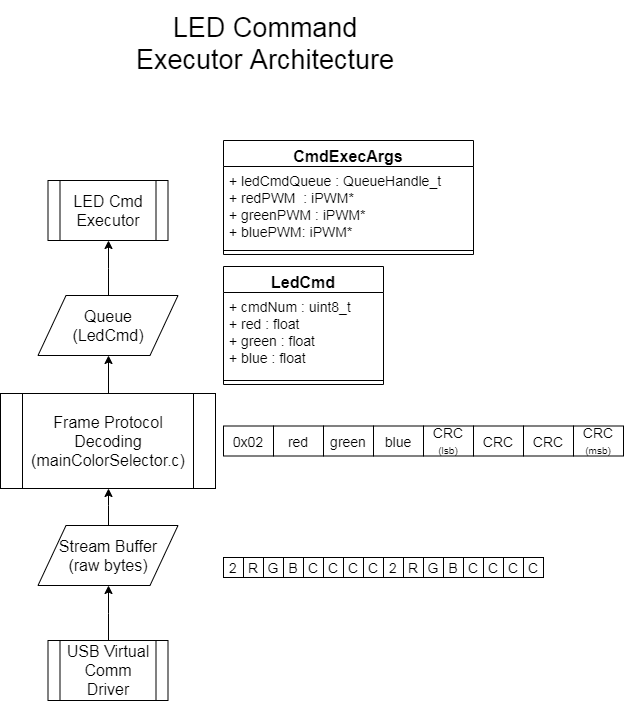
This is LedCmdArch.png from brian-amos-embedded/rtosDiagrams, a draw.io export, as it was before one commit. Source tidied: cells renumbered, new cells last; positions are measured from the earlier drawing's top-left corner, leaving out a move shared by most shapes.
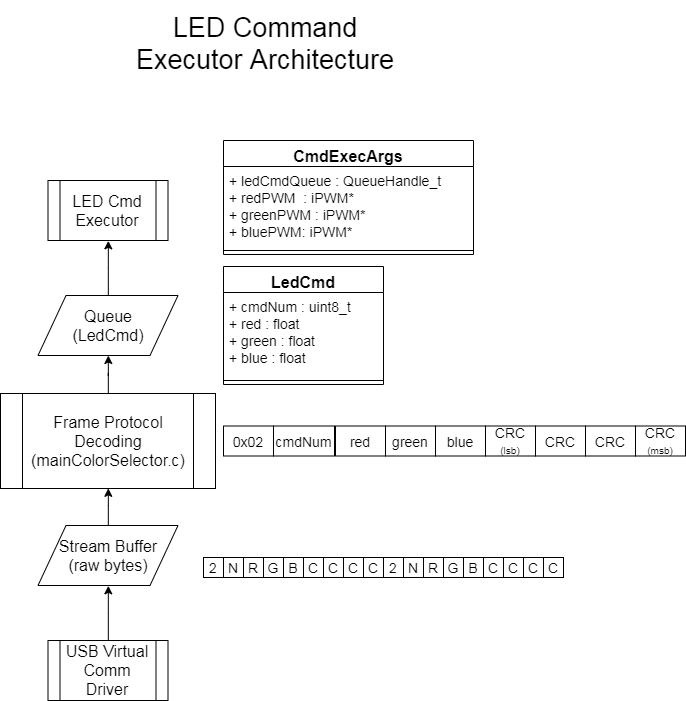
The same file after the commit.

Commit message:
correcting protocol

What changed in the source:
```diff
@@ -50,86 +50,86 @@
     <mxCell id="17" style="line;strokeWidth=1;fillColor=none;align=left;verticalAlign=middle;spacingTop=-1;spacingLeft=3;spacingRight=3;labelPosition=right;" parent="15" vertex="1">
       <mxGeometry y="106" width="250" height="8" as="geometry" />
     </mxCell>
-    <mxCell id="18" style="group;" parent="1" vertex="1">
-      <mxGeometry x="223" y="425.5" width="400" height="30" as="geometry" />
-    </mxCell>
-    <mxCell id="19" value="0x02" style="rounded=0;whiteSpace=wrap;html=1;fontSize=14;" parent="18" vertex="1">
-      <mxGeometry width="50" height="30" as="geometry" />
+    <mxCell id="19" value="0x02" style="rounded=0;whiteSpace=wrap;html=1;fontSize=14;" parent="1" vertex="1">
+      <mxGeometry x="223" y="425.5" width="50" height="30" as="geometry" />
     </mxCell>
-    <mxCell id="20" value="red" style="rounded=0;whiteSpace=wrap;html=1;fontSize=14;" parent="18" vertex="1">
-      <mxGeometry x="50" width="50" height="30" as="geometry" />
+    <mxCell id="20" value="red" style="rounded=0;whiteSpace=wrap;html=1;fontSize=14;" parent="1" vertex="1">
+      <mxGeometry x="335" y="425.5" width="50" height="30" as="geometry" />
     </mxCell>
-    <mxCell id="21" value="green" style="rounded=0;whiteSpace=wrap;html=1;fontSize=14;" parent="18" vertex="1">
-      <mxGeometry x="100" width="50" height="30" as="geometry" />
+    <mxCell id="21" value="green" style="rounded=0;whiteSpace=wrap;html=1;fontSize=14;" parent="1" vertex="1">
+      <mxGeometry x="385" y="425.5" width="50" height="30" as="geometry" />
     </mxCell>
-    <mxCell id="22" value="blue" style="rounded=0;whiteSpace=wrap;html=1;fontSize=14;" parent="18" vertex="1">
-      <mxGeometry x="150" width="50" height="30" as="geometry" />
+    <mxCell id="22" value="blue" style="rounded=0;whiteSpace=wrap;html=1;fontSize=14;" parent="1" vertex="1">
+      <mxGeometry x="435" y="425.5" width="50" height="30" as="geometry" />
     </mxCell>
-    <mxCell id="23" value="CRC&lt;br&gt;&lt;font style=&quot;font-size: 10px&quot;&gt;(lsb)&lt;/font&gt;" style="rounded=0;whiteSpace=wrap;html=1;fontSize=14;" parent="18" vertex="1">
-      <mxGeometry x="200" width="50" height="30" as="geometry" />
+    <mxCell id="23" value="CRC&lt;br&gt;&lt;font style=&quot;font-size: 10px&quot;&gt;(lsb)&lt;/font&gt;" style="rounded=0;whiteSpace=wrap;html=1;fontSize=14;" parent="1" vertex="1">
+      <mxGeometry x="485" y="425.5" width="50" height="30" as="geometry" />
     </mxCell>
-    <mxCell id="24" value="CRC&lt;br&gt;" style="rounded=0;whiteSpace=wrap;html=1;fontSize=14;" parent="18" vertex="1">
-      <mxGeometry x="250" width="50" height="30" as="geometry" />
+    <mxCell id="24" value="CRC&lt;br&gt;" style="rounded=0;whiteSpace=wrap;html=1;fontSize=14;" parent="1" vertex="1">
+      <mxGeometry x="535" y="425.5" width="50" height="30" as="geometry" />
     </mxCell>
-    <mxCell id="25" value="CRC&lt;br&gt;" style="rounded=0;whiteSpace=wrap;html=1;fontSize=14;" parent="18" vertex="1">
-      <mxGeometry x="300" width="50" height="30" as="geometry" />
+    <mxCell id="25" value="CRC&lt;br&gt;" style="rounded=0;whiteSpace=wrap;html=1;fontSize=14;" parent="1" vertex="1">
+      <mxGeometry x="585" y="425.5" width="50" height="30" as="geometry" />
     </mxCell>
-    <mxCell id="26" value="CRC&lt;br&gt;&lt;font style=&quot;font-size: 10px&quot;&gt;(msb)&lt;/font&gt;" style="rounded=0;whiteSpace=wrap;html=1;fontSize=14;" parent="18" vertex="1">
-      <mxGeometry x="350" width="50" height="30" as="geometry" />
+    <mxCell id="26" value="CRC&lt;br&gt;&lt;font style=&quot;font-size: 10px&quot;&gt;(msb)&lt;/font&gt;" style="rounded=0;whiteSpace=wrap;html=1;fontSize=14;" parent="1" vertex="1">
+      <mxGeometry x="635" y="425.5" width="50" height="30" as="geometry" />
     </mxCell>
-    <mxCell id="27" style="group;" parent="1" vertex="1">
-      <mxGeometry x="223" y="557" width="320" height="20" as="geometry" />
-    </mxCell>
-    <mxCell id="28" style="group;" parent="27" vertex="1">
-      <mxGeometry width="320" height="20" as="geometry" />
-    </mxCell>
+    <mxCell id="45" value="cmdNum" style="rounded=0;whiteSpace=wrap;html=1;fontSize=14;" parent="1" vertex="1">
+      <mxGeometry x="273" y="425.5" width="61" height="30" as="geometry" />
+    </mxCell>
-    <mxCell id="29" value="2" style="rounded=0;whiteSpace=wrap;html=1;fontSize=14;" parent="28" vertex="1">
-      <mxGeometry width="20" height="20" as="geometry" />
+    <mxCell id="29" value="2" style="rounded=0;whiteSpace=wrap;html=1;fontSize=14;" parent="1" vertex="1">
+      <mxGeometry x="203" y="557" width="20" height="20" as="geometry" />
     </mxCell>
-    <mxCell id="30" value="R" style="rounded=0;whiteSpace=wrap;html=1;fontSize=14;" parent="28" vertex="1">
-      <mxGeometry x="20" width="20" height="20" as="geometry" />
+    <mxCell id="30" value="R" style="rounded=0;whiteSpace=wrap;html=1;fontSize=14;" parent="1" vertex="1">
+      <mxGeometry x="243" y="557" width="20" height="20" as="geometry" />
     </mxCell>
-    <mxCell id="31" value="G" style="rounded=0;whiteSpace=wrap;html=1;fontSize=14;" parent="28" vertex="1">
-      <mxGeometry x="40" width="20" height="20" as="geometry" />
+    <mxCell id="31" value="G" style="rounded=0;whiteSpace=wrap;html=1;fontSize=14;" parent="1" vertex="1">
+      <mxGeometry x="263" y="557" width="20" height="20" as="geometry" />
     </mxCell>
-    <mxCell id="32" value="B" style="rounded=0;whiteSpace=wrap;html=1;fontSize=14;" parent="28" vertex="1">
-      <mxGeometry x="60" width="20" height="20" as="geometry" />
+    <mxCell id="32" value="B" style="rounded=0;whiteSpace=wrap;html=1;fontSize=14;" parent="1" vertex="1">
+      <mxGeometry x="283" y="557" width="20" height="20" as="geometry" />
     </mxCell>
-    <mxCell id="33" value="C" style="rounded=0;whiteSpace=wrap;html=1;fontSize=14;" parent="28" vertex="1">
-      <mxGeometry x="80" width="20" height="20" as="geometry" />
+    <mxCell id="33" value="C" style="rounded=0;whiteSpace=wrap;html=1;fontSize=14;" parent="1" vertex="1">
+      <mxGeometry x="303" y="557" width="20" height="20" as="geometry" />
     </mxCell>
-    <mxCell id="34" value="C" style="rounded=0;whiteSpace=wrap;html=1;fontSize=14;" parent="28" vertex="1">
-      <mxGeometry x="100" width="20" height="20" as="geometry" />
+    <mxCell id="34" value="C" style="rounded=0;whiteSpace=wrap;html=1;fontSize=14;" parent="1" vertex="1">
+      <mxGeometry x="323" y="557" width="20" height="20" as="geometry" />
     </mxCell>
-    <mxCell id="35" value="C" style="rounded=0;whiteSpace=wrap;html=1;fontSize=14;" parent="28" vertex="1">
-      <mxGeometry x="120" width="20" height="20" as="geometry" />
+    <mxCell id="35" value="C" style="rounded=0;whiteSpace=wrap;html=1;fontSize=14;" parent="1" vertex="1">
+      <mxGeometry x="343" y="557" width="20" height="20" as="geometry" />
     </mxCell>
-    <mxCell id="36" value="C" style="rounded=0;whiteSpace=wrap;html=1;fontSize=14;" parent="28" vertex="1">
-      <mxGeometry x="140" width="20" height="20" as="geometry" />
+    <mxCell id="36" value="C" style="rounded=0;whiteSpace=wrap;html=1;fontSize=14;" parent="1" vertex="1">
+      <mxGeometry x="363" y="557" width="20" height="20" as="geometry" />
     </mxCell>
-    <mxCell id="37" value="2" style="rounded=0;whiteSpace=wrap;html=1;fontSize=14;" parent="28" vertex="1">
-      <mxGeometry x="160" width="20" height="20" as="geometry" />
+    <mxCell id="37" value="2" style="rounded=0;whiteSpace=wrap;html=1;fontSize=14;" parent="1" vertex="1">
+      <mxGeometry x="383" y="557" width="20" height="20" as="geometry" />
     </mxCell>
-    <mxCell id="38" value="R" style="rounded=0;whiteSpace=wrap;html=1;fontSize=14;" parent="28" vertex="1">
-      <mxGeometry x="180" width="20" height="20" as="geometry" />
+    <mxCell id="38" value="R" style="rounded=0;whiteSpace=wrap;html=1;fontSize=14;" parent="1" vertex="1">
+      <mxGeometry x="423" y="557" width="20" height="20" as="geometry" />
     </mxCell>
-    <mxCell id="39" value="G" style="rounded=0;whiteSpace=wrap;html=1;fontSize=14;" parent="28" vertex="1">
-      <mxGeometry x="200" width="20" height="20" as="geometry" />
+    <mxCell id="39" value="G" style="rounded=0;whiteSpace=wrap;html=1;fontSize=14;" parent="1" vertex="1">
+      <mxGeometry x="443" y="557" width="20" height="20" as="geometry" />
     </mxCell>
-    <mxCell id="40" value="B" style="rounded=0;whiteSpace=wrap;html=1;fontSize=14;" parent="28" vertex="1">
-      <mxGeometry x="220" width="20" height="20" as="geometry" />
+    <mxCell id="40" value="B" style="rounded=0;whiteSpace=wrap;html=1;fontSize=14;" parent="1" vertex="1">
+      <mxGeometry x="463" y="557" width="20" height="20" as="geometry" />
     </mxCell>
-    <mxCell id="41" value="C" style="rounded=0;whiteSpace=wrap;html=1;fontSize=14;" parent="28" vertex="1">
-      <mxGeometry x="240" width="20" height="20" as="geometry" />
+    <mxCell id="41" value="C" style="rounded=0;whiteSpace=wrap;html=1;fontSize=14;" parent="1" vertex="1">
+      <mxGeometry x="483" y="557" width="20" height="20" as="geometry" />
     </mxCell>
-    <mxCell id="42" value="C" style="rounded=0;whiteSpace=wrap;html=1;fontSize=14;" parent="28" vertex="1">
-      <mxGeometry x="260" width="20" height="20" as="geometry" />
+    <mxCell id="42" value="C" style="rounded=0;whiteSpace=wrap;html=1;fontSize=14;" parent="1" vertex="1">
+      <mxGeometry x="503" y="557" width="20" height="20" as="geometry" />
     </mxCell>
-    <mxCell id="43" value="C" style="rounded=0;whiteSpace=wrap;html=1;fontSize=14;" parent="28" vertex="1">
-      <mxGeometry x="280" width="20" height="20" as="geometry" />
+    <mxCell id="43" value="C" style="rounded=0;whiteSpace=wrap;html=1;fontSize=14;" parent="1" vertex="1">
+      <mxGeometry x="523" y="557" width="20" height="20" as="geometry" />
     </mxCell>
-    <mxCell id="44" value="C" style="rounded=0;whiteSpace=wrap;html=1;fontSize=14;" parent="28" vertex="1">
-      <mxGeometry x="300" width="20" height="20" as="geometry" />
+    <mxCell id="44" value="C" style="rounded=0;whiteSpace=wrap;html=1;fontSize=14;" parent="1" vertex="1">
+      <mxGeometry x="543" y="557" width="20" height="20" as="geometry" />
     </mxCell>
+    <mxCell id="46" value="N" style="rounded=0;whiteSpace=wrap;html=1;fontSize=14;" parent="1" vertex="1">
+      <mxGeometry x="403" y="557" width="20" height="20" as="geometry" />
+    </mxCell>
+    <mxCell id="47" value="N" style="rounded=0;whiteSpace=wrap;html=1;fontSize=14;" parent="1" vertex="1">
+      <mxGeometry x="223" y="557" width="20" height="20" as="geometry" />
+    </mxCell>
   </root>
 </mxGraphModel>
```
